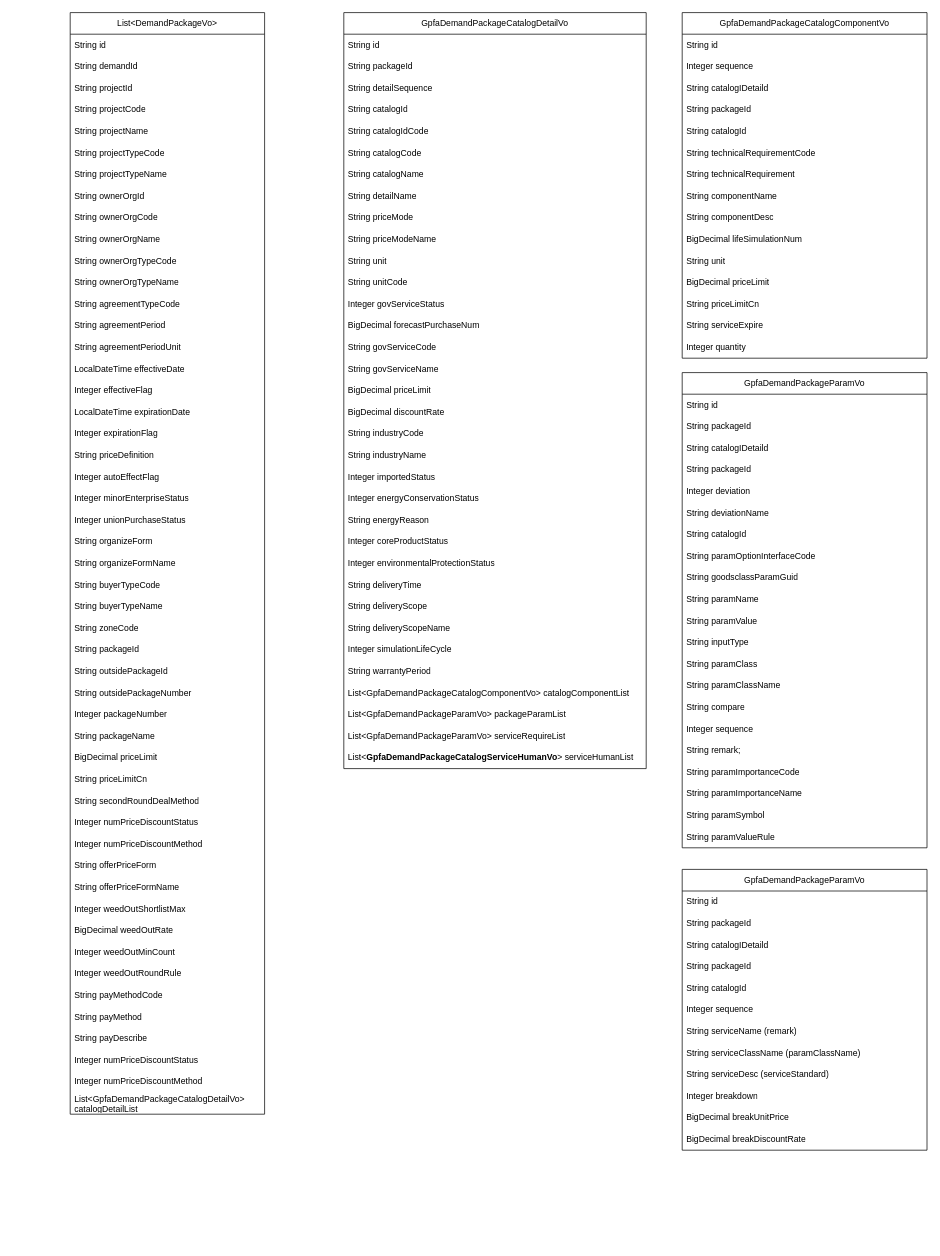
The draw.io diagram data_detail.drawio in dernight1/draw.io, before the edit. Source tidied: cells renumbered, new cells numbered last; positions are measured from the earlier drawing's top-left corner, leaving out a move shared by most shapes. Both pictures are drawn from the tidied source at 72%, with x=0, y=0 at pixel (70, 12).
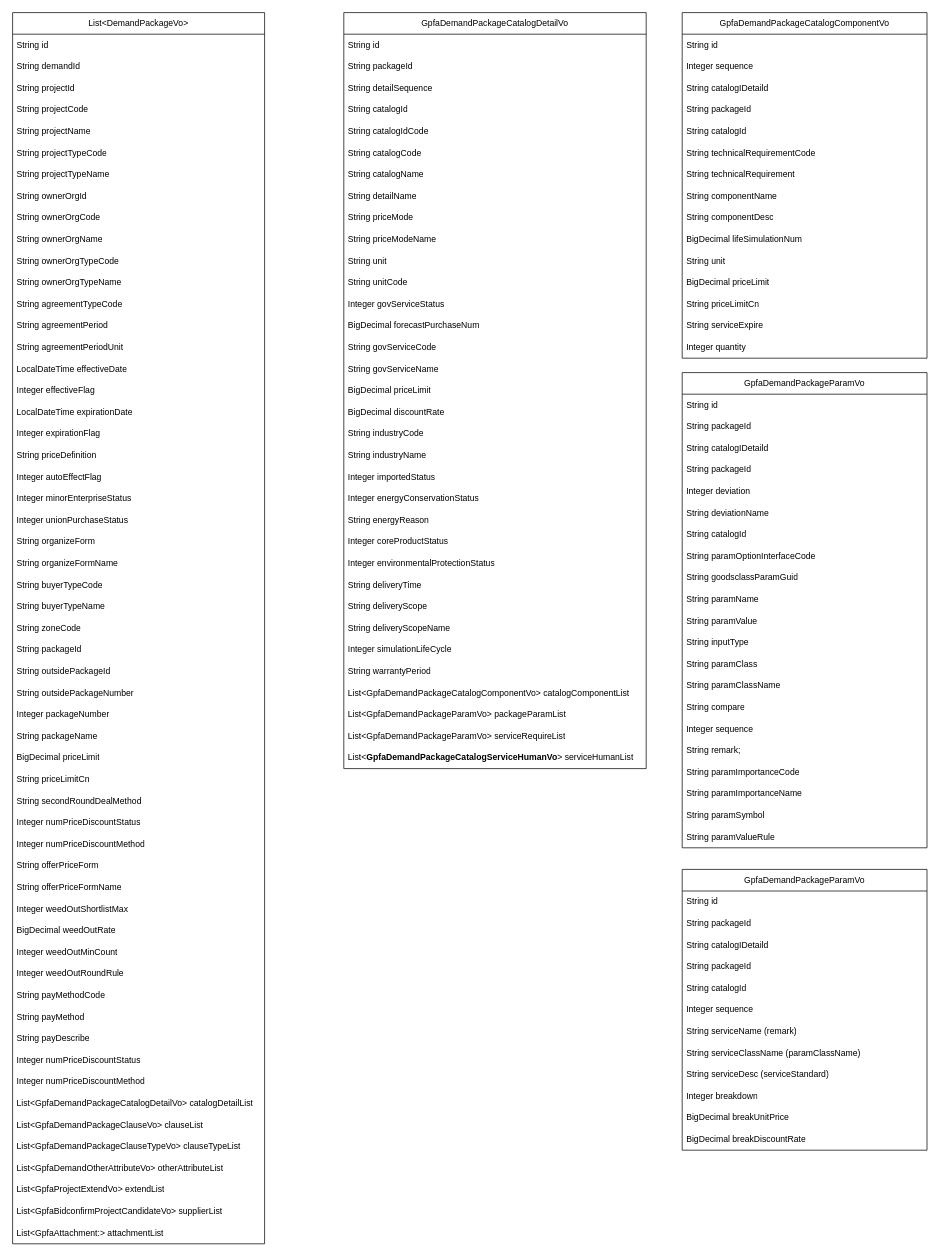
After the change.

Change to the diagram source:
```diff
@@
     <mxCell id="2" value="List&amp;lt;DemandPackageVo&amp;gt;" style="swimlane;fontStyle=0;horizontal=1;startSize=30;whiteSpace=wrap;html=1;" parent="1" vertex="1">
-      <mxGeometry width="270" height="1530" as="geometry" />
+      <mxGeometry x="-80" width="350" height="1710" as="geometry" />
     </mxCell>
     <mxCell id="3" value="String id" style="text;strokeColor=none;fillColor=none;align=left;verticalAlign=middle;spacingLeft=4;spacingRight=4;overflow=hidden;whiteSpace=wrap;html=1;labelBackgroundColor=default;fontFamily=Helvetica;" parent="2" vertex="1">
-      <mxGeometry y="30" width="270" height="30" as="geometry" />
+      <mxGeometry y="30" width="350" height="30" as="geometry" />
     </mxCell>
     <mxCell id="4" value="String demandId" style="text;strokeColor=none;fillColor=none;align=left;verticalAlign=middle;spacingLeft=4;spacingRight=4;overflow=hidden;whiteSpace=wrap;html=1;labelBackgroundColor=default;textShadow=0;" parent="2" vertex="1">
-      <mxGeometry y="60" width="270" height="30" as="geometry" />
+      <mxGeometry y="60" width="350" height="30" as="geometry" />
     </mxCell>
     <mxCell id="5" value="String projectId" style="text;strokeColor=none;fillColor=none;align=left;verticalAlign=middle;spacingLeft=4;spacingRight=4;overflow=hidden;whiteSpace=wrap;html=1;labelBackgroundColor=default;" parent="2" vertex="1">
-      <mxGeometry y="90" width="270" height="30" as="geometry" />
+      <mxGeometry y="90" width="350" height="30" as="geometry" />
     </mxCell>
     <mxCell id="6" value="String projectCode" style="text;strokeColor=none;fillColor=none;align=left;verticalAlign=middle;spacingLeft=4;spacingRight=4;overflow=hidden;whiteSpace=wrap;html=1;labelBackgroundColor=default;" parent="2" vertex="1">
-      <mxGeometry y="120" width="270" height="30" as="geometry" />
+      <mxGeometry y="120" width="350" height="30" as="geometry" />
     </mxCell>
     <mxCell id="7" value="String projectName" style="text;strokeColor=none;fillColor=none;align=left;verticalAlign=middle;spacingLeft=4;spacingRight=4;overflow=hidden;whiteSpace=wrap;html=1;labelBackgroundColor=default;" parent="2" vertex="1">
-      <mxGeometry y="150" width="270" height="30" as="geometry" />
+      <mxGeometry y="150" width="350" height="30" as="geometry" />
     </mxCell>
     <mxCell id="8" value="String projectTypeCode" style="text;strokeColor=none;fillColor=none;align=left;verticalAlign=middle;spacingLeft=4;spacingRight=4;overflow=hidden;whiteSpace=wrap;html=1;labelBackgroundColor=default;" parent="2" vertex="1">
-      <mxGeometry y="180" width="270" height="30" as="geometry" />
+      <mxGeometry y="180" width="350" height="30" as="geometry" />
     </mxCell>
     <mxCell id="9" value="String projectTypeName" style="text;strokeColor=none;fillColor=none;align=left;verticalAlign=middle;spacingLeft=4;spacingRight=4;overflow=hidden;whiteSpace=wrap;html=1;labelBackgroundColor=default;" parent="2" vertex="1">
-      <mxGeometry y="210" width="270" height="30" as="geometry" />
+      <mxGeometry y="210" width="350" height="30" as="geometry" />
     </mxCell>
     <mxCell id="10" value="String ownerOrgId" style="text;strokeColor=none;fillColor=none;align=left;verticalAlign=middle;spacingLeft=4;spacingRight=4;overflow=hidden;whiteSpace=wrap;html=1;labelBackgroundColor=default;" parent="2" vertex="1">
-      <mxGeometry y="240" width="270" height="30" as="geometry" />
+      <mxGeometry y="240" width="350" height="30" as="geometry" />
     </mxCell>
     <mxCell id="11" value="String ownerOrgCode" style="text;strokeColor=none;fillColor=none;align=left;verticalAlign=middle;spacingLeft=4;spacingRight=4;overflow=hidden;whiteSpace=wrap;html=1;labelBackgroundColor=default;" parent="2" vertex="1">
-      <mxGeometry y="270" width="270" height="30" as="geometry" />
+      <mxGeometry y="270" width="350" height="30" as="geometry" />
     </mxCell>
     <mxCell id="12" value="String ownerOrgName" style="text;strokeColor=none;fillColor=none;align=left;verticalAlign=middle;spacingLeft=4;spacingRight=4;overflow=hidden;whiteSpace=wrap;html=1;labelBackgroundColor=default;" parent="2" vertex="1">
-      <mxGeometry y="300" width="270" height="30" as="geometry" />
+      <mxGeometry y="300" width="350" height="30" as="geometry" />
     </mxCell>
     <mxCell id="13" value="String ownerOrgTypeCode" style="text;strokeColor=none;fillColor=none;align=left;verticalAlign=middle;spacingLeft=4;spacingRight=4;overflow=hidden;whiteSpace=wrap;html=1;labelBackgroundColor=default;" parent="2" vertex="1">
-      <mxGeometry y="330" width="270" height="30" as="geometry" />
+      <mxGeometry y="330" width="350" height="30" as="geometry" />
     </mxCell>
     <mxCell id="14" value="String ownerOrgTypeName" style="text;strokeColor=none;fillColor=none;align=left;verticalAlign=middle;spacingLeft=4;spacingRight=4;overflow=hidden;whiteSpace=wrap;html=1;labelBackgroundColor=default;" parent="2" vertex="1">
-      <mxGeometry y="360" width="270" height="30" as="geometry" />
+      <mxGeometry y="360" width="350" height="30" as="geometry" />
     </mxCell>
     <mxCell id="15" value="String agreementTypeCode" style="text;strokeColor=none;fillColor=none;align=left;verticalAlign=middle;spacingLeft=4;spacingRight=4;overflow=hidden;whiteSpace=wrap;html=1;labelBackgroundColor=default;" parent="2" vertex="1">
-      <mxGeometry y="390" width="270" height="30" as="geometry" />
+      <mxGeometry y="390" width="350" height="30" as="geometry" />
     </mxCell>
     <mxCell id="16" value="String agreementPeriod" style="text;strokeColor=none;fillColor=none;align=left;verticalAlign=middle;spacingLeft=4;spacingRight=4;overflow=hidden;whiteSpace=wrap;html=1;labelBackgroundColor=default;" parent="2" vertex="1">
-      <mxGeometry y="420" width="270" height="30" as="geometry" />
+      <mxGeometry y="420" width="350" height="30" as="geometry" />
     </mxCell>
     <mxCell id="17" value="String agreementPeriodUnit" style="text;strokeColor=none;fillColor=none;align=left;verticalAlign=middle;spacingLeft=4;spacingRight=4;overflow=hidden;whiteSpace=wrap;html=1;labelBackgroundColor=default;" parent="2" vertex="1">
-      <mxGeometry y="450" width="270" height="30" as="geometry" />
+      <mxGeometry y="450" width="350" height="30" as="geometry" />
     </mxCell>
     <mxCell id="18" value="LocalDateTime effectiveDate" style="text;strokeColor=none;fillColor=none;align=left;verticalAlign=middle;spacingLeft=4;spacingRight=4;overflow=hidden;whiteSpace=wrap;html=1;labelBackgroundColor=default;" parent="2" vertex="1">
-      <mxGeometry y="480" width="270" height="30" as="geometry" />
+      <mxGeometry y="480" width="350" height="30" as="geometry" />
     </mxCell>
     <mxCell id="19" value="Integer effectiveFlag" style="text;strokeColor=none;fillColor=none;align=left;verticalAlign=middle;spacingLeft=4;spacingRight=4;overflow=hidden;whiteSpace=wrap;html=1;labelBackgroundColor=default;" parent="2" vertex="1">
-      <mxGeometry y="510" width="270" height="30" as="geometry" />
+      <mxGeometry y="510" width="350" height="30" as="geometry" />
     </mxCell>
     <mxCell id="20" value="LocalDateTime expirationDate" style="text;strokeColor=none;fillColor=none;align=left;verticalAlign=middle;spacingLeft=4;spacingRight=4;overflow=hidden;whiteSpace=wrap;html=1;labelBackgroundColor=default;" parent="2" vertex="1">
-      <mxGeometry y="540" width="270" height="30" as="geometry" />
+      <mxGeometry y="540" width="350" height="30" as="geometry" />
     </mxCell>
     <mxCell id="21" value="Integer expirationFlag" style="text;strokeColor=none;fillColor=none;align=left;verticalAlign=middle;spacingLeft=4;spacingRight=4;overflow=hidden;whiteSpace=wrap;html=1;labelBackgroundColor=default;" parent="2" vertex="1">
-      <mxGeometry y="570" width="270" height="30" as="geometry" />
+      <mxGeometry y="570" width="350" height="30" as="geometry" />
     </mxCell>
     <mxCell id="22" value="String priceDefinition" style="text;strokeColor=none;fillColor=none;align=left;verticalAlign=middle;spacingLeft=4;spacingRight=4;overflow=hidden;whiteSpace=wrap;html=1;labelBackgroundColor=default;" parent="2" vertex="1">
-      <mxGeometry y="600" width="270" height="30" as="geometry" />
+      <mxGeometry y="600" width="350" height="30" as="geometry" />
     </mxCell>
     <mxCell id="23" value="Integer autoEffectFlag" style="text;strokeColor=none;fillColor=none;align=left;verticalAlign=middle;spacingLeft=4;spacingRight=4;overflow=hidden;whiteSpace=wrap;html=1;labelBackgroundColor=default;" parent="2" vertex="1">
-      <mxGeometry y="630" width="270" height="30" as="geometry" />
+      <mxGeometry y="630" width="350" height="30" as="geometry" />
     </mxCell>
     <mxCell id="24" value="Integer minorEnterpriseStatus" style="text;strokeColor=none;fillColor=none;align=left;verticalAlign=middle;spacingLeft=4;spacingRight=4;overflow=hidden;whiteSpace=wrap;html=1;labelBackgroundColor=default;" parent="2" vertex="1">
-      <mxGeometry y="660" width="270" height="30" as="geometry" />
+      <mxGeometry y="660" width="350" height="30" as="geometry" />
     </mxCell>
     <mxCell id="25" value="Integer unionPurchaseStatus" style="text;strokeColor=none;fillColor=none;align=left;verticalAlign=middle;spacingLeft=4;spacingRight=4;overflow=hidden;whiteSpace=wrap;html=1;labelBackgroundColor=default;" parent="2" vertex="1">
-      <mxGeometry y="690" width="270" height="30" as="geometry" />
+      <mxGeometry y="690" width="350" height="30" as="geometry" />
     </mxCell>
     <mxCell id="26" value="String organizeForm" style="text;strokeColor=none;fillColor=none;align=left;verticalAlign=middle;spacingLeft=4;spacingRight=4;overflow=hidden;whiteSpace=wrap;html=1;" parent="2" vertex="1">
-      <mxGeometry y="720" width="270" height="30" as="geometry" />
+      <mxGeometry y="720" width="350" height="30" as="geometry" />
     </mxCell>
     <mxCell id="27" value="String organizeFormName" style="text;strokeColor=none;fillColor=none;align=left;verticalAlign=middle;spacingLeft=4;spacingRight=4;overflow=hidden;whiteSpace=wrap;html=1;" parent="2" vertex="1">
-      <mxGeometry y="750" width="270" height="30" as="geometry" />
+      <mxGeometry y="750" width="350" height="30" as="geometry" />
     </mxCell>
     <mxCell id="28" value="String buyerTypeCode" style="text;strokeColor=none;fillColor=none;align=left;verticalAlign=middle;spacingLeft=4;spacingRight=4;overflow=hidden;whiteSpace=wrap;html=1;labelBackgroundColor=default;" parent="2" vertex="1">
-      <mxGeometry y="780" width="270" height="30" as="geometry" />
+      <mxGeometry y="780" width="350" height="30" as="geometry" />
     </mxCell>
     <mxCell id="29" value="String buyerTypeName" style="text;strokeColor=none;fillColor=none;align=left;verticalAlign=middle;spacingLeft=4;spacingRight=4;overflow=hidden;whiteSpace=wrap;html=1;labelBackgroundColor=default;" parent="2" vertex="1">
-      <mxGeometry y="810" width="270" height="30" as="geometry" />
+      <mxGeometry y="810" width="350" height="30" as="geometry" />
     </mxCell>
     <mxCell id="30" value="String zoneCode" style="text;strokeColor=none;fillColor=none;align=left;verticalAlign=middle;spacingLeft=4;spacingRight=4;overflow=hidden;whiteSpace=wrap;html=1;labelBackgroundColor=default;" parent="2" vertex="1">
-      <mxGeometry y="840" width="270" height="30" as="geometry" />
+      <mxGeometry y="840" width="350" height="30" as="geometry" />
     </mxCell>
     <mxCell id="31" value="String packageId" style="text;strokeColor=none;fillColor=none;align=left;verticalAlign=middle;spacingLeft=4;spacingRight=4;overflow=hidden;whiteSpace=wrap;html=1;" parent="2" vertex="1">
-      <mxGeometry y="870" width="270" height="30" as="geometry" />
+      <mxGeometry y="870" width="350" height="30" as="geometry" />
     </mxCell>
     <mxCell id="32" value="String outsidePackageId" style="text;strokeColor=none;fillColor=none;align=left;verticalAlign=middle;spacingLeft=4;spacingRight=4;overflow=hidden;whiteSpace=wrap;html=1;" parent="2" vertex="1">
-      <mxGeometry y="900" width="270" height="30" as="geometry" />
+      <mxGeometry y="900" width="350" height="30" as="geometry" />
     </mxCell>
     <mxCell id="33" value="String outsidePackageNumber" style="text;strokeColor=none;fillColor=none;align=left;verticalAlign=middle;spacingLeft=4;spacingRight=4;overflow=hidden;whiteSpace=wrap;html=1;" parent="2" vertex="1">
-      <mxGeometry y="930" width="270" height="30" as="geometry" />
+      <mxGeometry y="930" width="350" height="30" as="geometry" />
     </mxCell>
     <mxCell id="34" value="Integer packageNumber" style="text;strokeColor=none;fillColor=none;align=left;verticalAlign=middle;spacingLeft=4;spacingRight=4;overflow=hidden;whiteSpace=wrap;html=1;" parent="2" vertex="1">
-      <mxGeometry y="960" width="270" height="30" as="geometry" />
+      <mxGeometry y="960" width="350" height="30" as="geometry" />
     </mxCell>
     <mxCell id="35" value="String packageName" style="text;strokeColor=none;fillColor=none;align=left;verticalAlign=middle;spacingLeft=4;spacingRight=4;overflow=hidden;whiteSpace=wrap;html=1;" parent="2" vertex="1">
-      <mxGeometry y="990" width="270" height="30" as="geometry" />
+      <mxGeometry y="990" width="350" height="30" as="geometry" />
     </mxCell>
     <mxCell id="36" value="BigDecimal priceLimit" style="text;strokeColor=none;fillColor=none;align=left;verticalAlign=middle;spacingLeft=4;spacingRight=4;overflow=hidden;whiteSpace=wrap;html=1;" parent="2" vertex="1">
-      <mxGeometry y="1020" width="270" height="30" as="geometry" />
+      <mxGeometry y="1020" width="350" height="30" as="geometry" />
     </mxCell>
     <mxCell id="37" value="String priceLimitCn" style="text;strokeColor=none;fillColor=none;align=left;verticalAlign=middle;spacingLeft=4;spacingRight=4;overflow=hidden;whiteSpace=wrap;html=1;" parent="2" vertex="1">
-      <mxGeometry y="1050" width="270" height="30" as="geometry" />
+      <mxGeometry y="1050" width="350" height="30" as="geometry" />
     </mxCell>
     <mxCell id="38" value="String secondRoundDealMethod" style="text;strokeColor=none;fillColor=none;align=left;verticalAlign=middle;spacingLeft=4;spacingRight=4;overflow=hidden;whiteSpace=wrap;html=1;" parent="2" vertex="1">
-      <mxGeometry y="1080" width="270" height="30" as="geometry" />
+      <mxGeometry y="1080" width="350" height="30" as="geometry" />
     </mxCell>
     <mxCell id="39" value="Integer numPriceDiscountStatus" style="text;strokeColor=none;fillColor=none;align=left;verticalAlign=middle;spacingLeft=4;spacingRight=4;overflow=hidden;whiteSpace=wrap;html=1;" parent="2" vertex="1">
-      <mxGeometry y="1110" width="270" height="30" as="geometry" />
+      <mxGeometry y="1110" width="350" height="30" as="geometry" />
     </mxCell>
     <mxCell id="40" value="Integer numPriceDiscountMethod" style="text;strokeColor=none;fillColor=none;align=left;verticalAlign=middle;spacingLeft=4;spacingRight=4;overflow=hidden;whiteSpace=wrap;html=1;" parent="2" vertex="1">
-      <mxGeometry y="1140" width="270" height="30" as="geometry" />
+      <mxGeometry y="1140" width="350" height="30" as="geometry" />
     </mxCell>
     <mxCell id="41" value="String offerPriceForm" style="text;strokeColor=none;fillColor=none;align=left;verticalAlign=middle;spacingLeft=4;spacingRight=4;overflow=hidden;whiteSpace=wrap;html=1;" parent="2" vertex="1">
-      <mxGeometry y="1170" width="270" height="30" as="geometry" />
+      <mxGeometry y="1170" width="350" height="30" as="geometry" />
     </mxCell>
     <mxCell id="42" value="String offerPriceFormName" style="text;strokeColor=none;fillColor=none;align=left;verticalAlign=middle;spacingLeft=4;spacingRight=4;overflow=hidden;whiteSpace=wrap;html=1;" parent="2" vertex="1">
-      <mxGeometry y="1200" width="270" height="30" as="geometry" />
+      <mxGeometry y="1200" width="350" height="30" as="geometry" />
     </mxCell>
     <mxCell id="43" value="Integer weedOutShortlistMax" style="text;strokeColor=none;fillColor=none;align=left;verticalAlign=middle;spacingLeft=4;spacingRight=4;overflow=hidden;whiteSpace=wrap;html=1;" parent="2" vertex="1">
-      <mxGeometry y="1230" width="270" height="30" as="geometry" />
+      <mxGeometry y="1230" width="350" height="30" as="geometry" />
     </mxCell>
     <mxCell id="44" value="BigDecimal weedOutRate" style="text;strokeColor=none;fillColor=none;align=left;verticalAlign=middle;spacingLeft=4;spacingRight=4;overflow=hidden;whiteSpace=wrap;html=1;" parent="2" vertex="1">
-      <mxGeometry y="1260" width="270" height="30" as="geometry" />
+      <mxGeometry y="1260" width="350" height="30" as="geometry" />
     </mxCell>
     <mxCell id="45" value="Integer weedOutMinCount" style="text;strokeColor=none;fillColor=none;align=left;verticalAlign=middle;spacingLeft=4;spacingRight=4;overflow=hidden;whiteSpace=wrap;html=1;" parent="2" vertex="1">
-      <mxGeometry y="1290" width="270" height="30" as="geometry" />
+      <mxGeometry y="1290" width="350" height="30" as="geometry" />
     </mxCell>
     <mxCell id="46" value="Integer weedOutRoundRule" style="text;strokeColor=none;fillColor=none;align=left;verticalAlign=middle;spacingLeft=4;spacingRight=4;overflow=hidden;whiteSpace=wrap;html=1;" parent="2" vertex="1">
-      <mxGeometry y="1320" width="270" height="30" as="geometry" />
+      <mxGeometry y="1320" width="350" height="30" as="geometry" />
     </mxCell>
     <mxCell id="47" value="String payMethodCode" style="text;strokeColor=none;fillColor=none;align=left;verticalAlign=middle;spacingLeft=4;spacingRight=4;overflow=hidden;whiteSpace=wrap;html=1;" parent="2" vertex="1">
-      <mxGeometry y="1350" width="270" height="30" as="geometry" />
+      <mxGeometry y="1350" width="350" height="30" as="geometry" />
     </mxCell>
     <mxCell id="48" value="String payMethod" style="text;strokeColor=none;fillColor=none;align=left;verticalAlign=middle;spacingLeft=4;spacingRight=4;overflow=hidden;whiteSpace=wrap;html=1;" parent="2" vertex="1">
-      <mxGeometry y="1380" width="270" height="30" as="geometry" />
+      <mxGeometry y="1380" width="350" height="30" as="geometry" />
     </mxCell>
     <mxCell id="49" value="String payDescribe" style="text;strokeColor=none;fillColor=none;align=left;verticalAlign=middle;spacingLeft=4;spacingRight=4;overflow=hidden;whiteSpace=wrap;html=1;" parent="2" vertex="1">
-      <mxGeometry y="1410" width="270" height="30" as="geometry" />
+      <mxGeometry y="1410" width="350" height="30" as="geometry" />
     </mxCell>
     <mxCell id="50" value="Integer numPriceDiscountStatus" style="text;strokeColor=none;fillColor=none;align=left;verticalAlign=middle;spacingLeft=4;spacingRight=4;overflow=hidden;whiteSpace=wrap;html=1;" parent="2" vertex="1">
-      <mxGeometry y="1440" width="270" height="30" as="geometry" />
+      <mxGeometry y="1440" width="350" height="30" as="geometry" />
     </mxCell>
     <mxCell id="51" value="Integer numPriceDiscountMethod" style="text;strokeColor=none;fillColor=none;align=left;verticalAlign=middle;spacingLeft=4;spacingRight=4;overflow=hidden;whiteSpace=wrap;html=1;" parent="2" vertex="1">
-      <mxGeometry y="1470" width="270" height="30" as="geometry" />
+      <mxGeometry y="1470" width="350" height="30" as="geometry" />
     </mxCell>
     <mxCell id="52" value="List&amp;lt;GpfaDemandPackageCatalogDetailVo&amp;gt; catalogDetailList" style="text;strokeColor=none;fillColor=none;align=left;verticalAlign=middle;spacingLeft=4;spacingRight=4;overflow=hidden;whiteSpace=wrap;html=1;" parent="2" vertex="1">
-      <mxGeometry y="1500" width="270" height="30" as="geometry" />
+      <mxGeometry y="1500" width="350" height="30" as="geometry" />
     </mxCell>
+    <mxCell id="139" value="List&amp;lt;GpfaDemandPackageClauseVo&amp;gt; clauseList" style="text;strokeColor=none;fillColor=none;align=left;verticalAlign=middle;spacingLeft=4;spacingRight=4;overflow=hidden;whiteSpace=wrap;html=1;" parent="2" vertex="1">
+      <mxGeometry y="1530" width="350" height="30" as="geometry" />
+    </mxCell>
+    <mxCell id="140" value="List&amp;lt;GpfaDemandPackageClauseTypeVo&amp;gt; clauseTypeList" style="text;strokeColor=none;fillColor=none;align=left;verticalAlign=middle;spacingLeft=4;spacingRight=4;overflow=hidden;whiteSpace=wrap;html=1;" parent="2" vertex="1">
+      <mxGeometry y="1560" width="350" height="30" as="geometry" />
+    </mxCell>
+    <mxCell id="141" value="List&amp;lt;GpfaDemandOtherAttributeVo&amp;gt; otherAttributeList" style="text;strokeColor=none;fillColor=none;align=left;verticalAlign=middle;spacingLeft=4;spacingRight=4;overflow=hidden;whiteSpace=wrap;html=1;" parent="2" vertex="1">
+      <mxGeometry y="1590" width="350" height="30" as="geometry" />
+    </mxCell>
+    <mxCell id="142" value="List&amp;lt;GpfaProjectExtendVo&amp;gt; extendList" style="text;strokeColor=none;fillColor=none;align=left;verticalAlign=middle;spacingLeft=4;spacingRight=4;overflow=hidden;whiteSpace=wrap;html=1;" parent="2" vertex="1">
+      <mxGeometry y="1620" width="350" height="30" as="geometry" />
+    </mxCell>
+    <mxCell id="143" value="List&amp;lt;GpfaBidconfirmProjectCandidateVo&amp;gt; supplierList" style="text;strokeColor=none;fillColor=none;align=left;verticalAlign=middle;spacingLeft=4;spacingRight=4;overflow=hidden;whiteSpace=wrap;html=1;" parent="2" vertex="1">
+      <mxGeometry y="1650" width="350" height="30" as="geometry" />
+    </mxCell>
+    <mxCell id="144" value="List&amp;lt;GpfaAttachment:&amp;gt; attachmentList" style="text;strokeColor=none;fillColor=none;align=left;verticalAlign=middle;spacingLeft=4;spacingRight=4;overflow=hidden;whiteSpace=wrap;html=1;" parent="2" vertex="1">
+      <mxGeometry y="1680" width="350" height="30" as="geometry" />
+    </mxCell>
```
